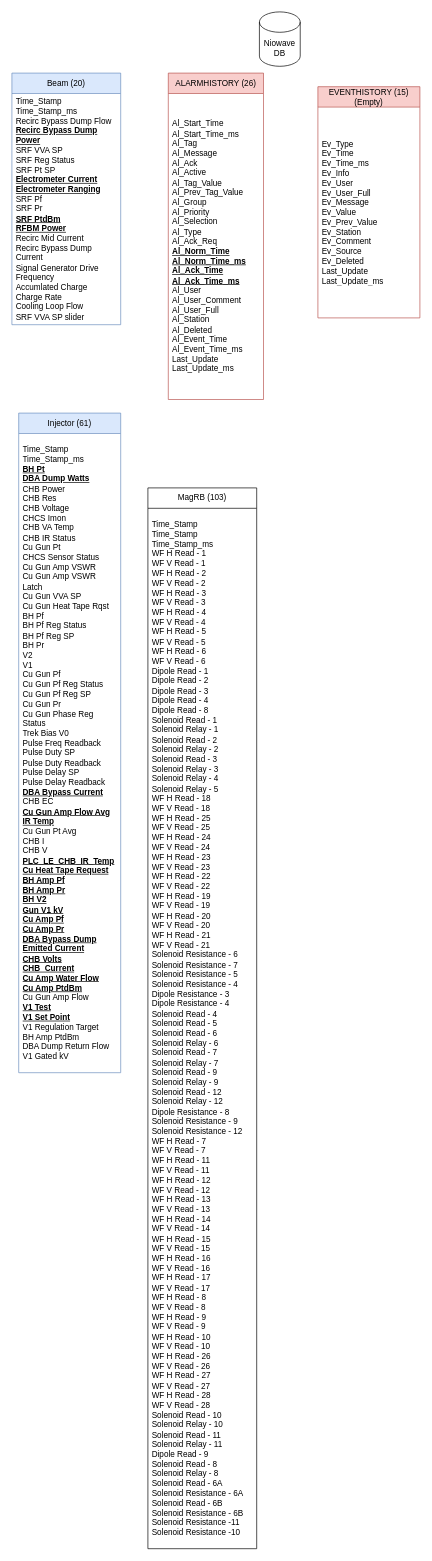
This is page "NiowaveAirportDB" (1 of 2) of AVEVADBAIR.drawio from houleyemballo/Work, a draw.io file, before an edit. Source tidied: cells renumbered, new cells numbered last; positions are measured from the earlier drawing's top-left corner, leaving out a move shared by most shapes. Both pictures are drawn from the tidied source at 68%, with x=0, y=0 at pixel (12, 12).
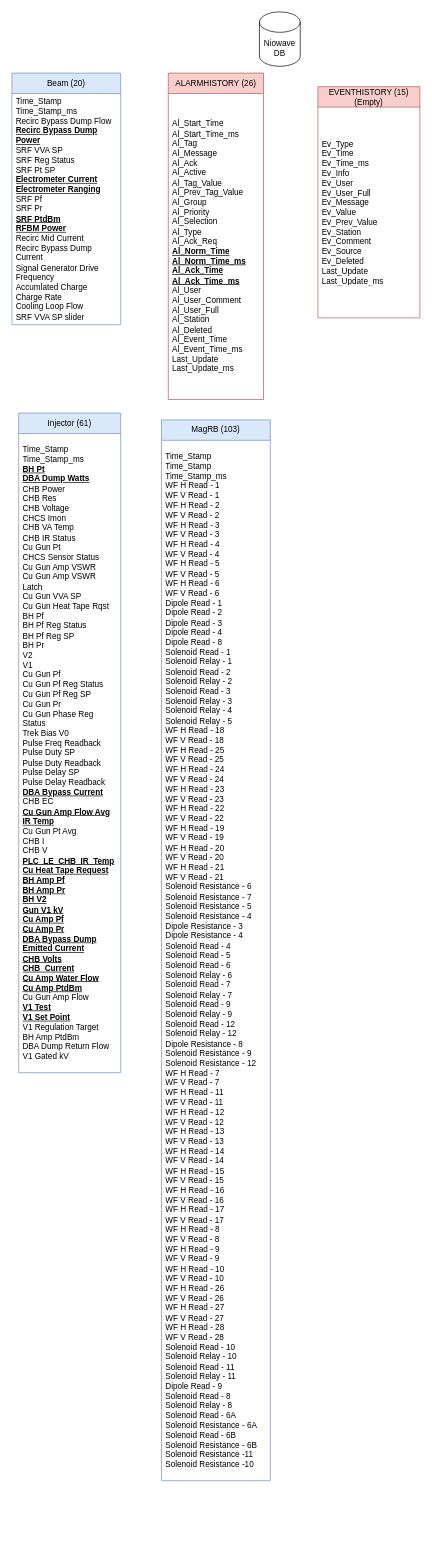
After the change.

The edit, as a diff of the source:
```diff
@@
 <mxGraphModel>
   <root>
     <mxCell id="0" />
     <mxCell id="1" parent="0" />
     <mxCell id="2" value="Niowave DB" style="shape=cylinder3;whiteSpace=wrap;html=1;boundedLbl=1;backgroundOutline=1;size=15;" parent="1" vertex="1">
       <mxGeometry x="364" width="60" height="80" as="geometry" />
     </mxCell>
     <mxCell id="3" value="Beam (20)" style="swimlane;fontStyle=0;horizontal=1;startSize=30;whiteSpace=wrap;html=1;fillColor=#dae8fc;strokeColor=#6c8ebf;" parent="1" vertex="1">
       <mxGeometry y="90" width="160" height="370" as="geometry" />
     </mxCell>
     <mxCell id="4" value="&lt;div&gt;Time_Stamp&lt;/div&gt;&lt;div&gt;Time_Stamp_ms&lt;/div&gt;&lt;div&gt;Recirc Bypass Dump Flow&lt;/div&gt;&lt;div&gt;&lt;b&gt;&lt;u&gt;Recirc Bypass Dump Power&lt;/u&gt;&lt;/b&gt;&lt;/div&gt;&lt;div&gt;SRF VVA SP&lt;/div&gt;&lt;div&gt;SRF Reg Status&lt;/div&gt;&lt;div&gt;SRF Pt SP&lt;/div&gt;&lt;div&gt;&lt;u&gt;&lt;b&gt;Electrometer Current&lt;/b&gt;&lt;/u&gt;&lt;/div&gt;&lt;div&gt;&lt;u&gt;&lt;b&gt;Electrometer Ranging&lt;/b&gt;&lt;/u&gt;&lt;/div&gt;&lt;div&gt;SRF Pf&lt;/div&gt;&lt;div&gt;SRF Pr&lt;/div&gt;&lt;div&gt;&lt;u&gt;&lt;b&gt;SRF PtdBm&lt;/b&gt;&lt;/u&gt;&lt;/div&gt;&lt;div&gt;&lt;u&gt;&lt;b&gt;RFBM Power&lt;/b&gt;&lt;/u&gt;&lt;/div&gt;&lt;div&gt;Recirc Mid Current&lt;/div&gt;&lt;div&gt;Recirc Bypass Dump Current&lt;/div&gt;&lt;div&gt;Signal Generator Drive Frequency&lt;/div&gt;&lt;div&gt;Accumlated Charge&lt;/div&gt;&lt;div&gt;Charge Rate&lt;/div&gt;&lt;div&gt;Cooling Loop Flow&lt;/div&gt;&lt;div&gt;SRF VVA SP slider&lt;/div&gt;" style="text;strokeColor=none;fillColor=none;align=left;verticalAlign=middle;spacingLeft=4;spacingRight=4;overflow=hidden;whiteSpace=wrap;html=1;" parent="3" vertex="1">
       <mxGeometry y="30" width="160" height="340" as="geometry" />
     </mxCell>
     <mxCell id="5" value="ALARMHISTORY (26)" style="swimlane;fontStyle=0;horizontal=1;startSize=30;whiteSpace=wrap;html=1;fillColor=#f8cecc;strokeColor=#b85450;" parent="1" vertex="1">
       <mxGeometry x="230" y="90" width="140" height="480" as="geometry" />
     </mxCell>
     <mxCell id="6" value="&lt;div&gt;Al_Start_Time&lt;/div&gt;&lt;div&gt;Al_Start_Time_ms&lt;/div&gt;&lt;div&gt;Al_Tag&lt;/div&gt;&lt;div&gt;Al_Message&lt;/div&gt;&lt;div&gt;Al_Ack&lt;/div&gt;&lt;div&gt;Al_Active&lt;/div&gt;&lt;div&gt;Al_Tag_Value&lt;/div&gt;&lt;div&gt;Al_Prev_Tag_Value&lt;/div&gt;&lt;div&gt;Al_Group&lt;/div&gt;&lt;div&gt;Al_Priority&lt;/div&gt;&lt;div&gt;Al_Selection&lt;/div&gt;&lt;div&gt;Al_Type&lt;/div&gt;&lt;div&gt;Al_Ack_Req&lt;/div&gt;&lt;div&gt;&lt;b&gt;&lt;u&gt;Al_Norm_Time&lt;/u&gt;&lt;/b&gt;&lt;/div&gt;&lt;div&gt;&lt;b&gt;&lt;u&gt;Al_Norm_Time_ms&lt;/u&gt;&lt;/b&gt;&lt;/div&gt;&lt;div&gt;&lt;b&gt;&lt;u&gt;Al_Ack_Time&lt;/u&gt;&lt;/b&gt;&lt;/div&gt;&lt;div&gt;&lt;b&gt;&lt;u&gt;Al_Ack_Time_ms&lt;/u&gt;&lt;/b&gt;&lt;/div&gt;&lt;div&gt;Al_User&lt;/div&gt;&lt;div&gt;Al_User_Comment&lt;/div&gt;&lt;div&gt;Al_User_Full&lt;/div&gt;&lt;div&gt;Al_Station&lt;/div&gt;&lt;div&gt;Al_Deleted&lt;/div&gt;&lt;div&gt;Al_Event_Time&lt;/div&gt;&lt;div&gt;Al_Event_Time_ms&lt;/div&gt;&lt;div&gt;Last_Update&lt;/div&gt;&lt;div&gt;Last_Update_ms&lt;/div&gt;" style="text;strokeColor=none;fillColor=none;align=left;verticalAlign=middle;spacingLeft=4;spacingRight=4;overflow=hidden;whiteSpace=wrap;html=1;" parent="5" vertex="1">
       <mxGeometry y="30" width="140" height="450" as="geometry" />
     </mxCell>
     <mxCell id="7" value="EVENTHISTORY (15)&lt;div&gt;(Empty)&lt;/div&gt;" style="swimlane;fontStyle=0;horizontal=1;startSize=30;whiteSpace=wrap;html=1;fillColor=#f8cecc;strokeColor=#b85450;" parent="1" vertex="1">
       <mxGeometry x="450" y="110" width="150" height="340" as="geometry" />
     </mxCell>
     <mxCell id="8" value="&lt;div&gt;Ev_Type&lt;/div&gt;&lt;div&gt;Ev_Time&lt;/div&gt;&lt;div&gt;Ev_Time_ms&lt;/div&gt;&lt;div&gt;Ev_Info&lt;/div&gt;&lt;div&gt;Ev_User&lt;/div&gt;&lt;div&gt;Ev_User_Full&lt;/div&gt;&lt;div&gt;Ev_Message&lt;/div&gt;&lt;div&gt;Ev_Value&lt;/div&gt;&lt;div&gt;Ev_Prev_Value&lt;/div&gt;&lt;div&gt;Ev_Station&lt;/div&gt;&lt;div&gt;Ev_Comment&lt;/div&gt;&lt;div&gt;Ev_Source&lt;/div&gt;&lt;div&gt;Ev_Deleted&lt;/div&gt;&lt;div&gt;Last_Update&lt;/div&gt;&lt;div&gt;Last_Update_ms&lt;/div&gt;" style="text;strokeColor=none;fillColor=none;align=left;verticalAlign=middle;spacingLeft=4;spacingRight=4;overflow=hidden;whiteSpace=wrap;html=1;" parent="7" vertex="1">
       <mxGeometry y="30" width="150" height="310" as="geometry" />
     </mxCell>
     <mxCell id="9" value="Injector (61)" style="swimlane;fontStyle=0;horizontal=1;startSize=30;whiteSpace=wrap;html=1;fillColor=#dae8fc;strokeColor=#6c8ebf;" parent="1" vertex="1">
       <mxGeometry x="10" y="590" width="150" height="970" as="geometry" />
     </mxCell>
     <mxCell id="10" value="&lt;div&gt;Time_Stamp&lt;/div&gt;&lt;div&gt;Time_Stamp_ms&lt;/div&gt;&lt;div&gt;&lt;b&gt;&lt;u&gt;BH Pt&lt;/u&gt;&lt;/b&gt;&lt;/div&gt;&lt;div&gt;&lt;b&gt;&lt;u&gt;DBA Dump Watts&lt;/u&gt;&lt;/b&gt;&lt;/div&gt;&lt;div&gt;CHB Power&lt;/div&gt;&lt;div&gt;CHB Res&lt;/div&gt;&lt;div&gt;CHB Voltage&lt;/div&gt;&lt;div&gt;CHCS Imon&lt;/div&gt;&lt;div&gt;CHB VA Temp&lt;/div&gt;&lt;div&gt;CHB IR Status&lt;/div&gt;&lt;div&gt;Cu Gun Pt&lt;/div&gt;&lt;div&gt;CHCS Sensor Status&lt;/div&gt;&lt;div&gt;Cu Gun Amp VSWR&lt;/div&gt;&lt;div&gt;Cu Gun Amp VSWR Latch&lt;/div&gt;&lt;div&gt;Cu Gun VVA SP&lt;/div&gt;&lt;div&gt;Cu Gun Heat Tape Rqst&lt;/div&gt;&lt;div&gt;BH Pf&lt;/div&gt;&lt;div&gt;BH Pf Reg Status&lt;/div&gt;&lt;div&gt;BH Pf Reg SP&lt;/div&gt;&lt;div&gt;BH Pr&lt;/div&gt;&lt;div&gt;V2&lt;/div&gt;&lt;div&gt;V1&lt;/div&gt;&lt;div&gt;Cu Gun Pf&lt;/div&gt;&lt;div&gt;Cu Gun Pf Reg Status&lt;/div&gt;&lt;div&gt;Cu Gun Pf Reg SP&lt;/div&gt;&lt;div&gt;Cu Gun Pr&lt;/div&gt;&lt;div&gt;Cu Gun Phase Reg Status&lt;/div&gt;&lt;div&gt;Trek Bias V0&lt;/div&gt;&lt;div&gt;Pulse Freq Readback&lt;/div&gt;&lt;div&gt;Pulse Duty SP&lt;/div&gt;&lt;div&gt;Pulse Duty Readback&lt;/div&gt;&lt;div&gt;Pulse Delay SP&lt;/div&gt;&lt;div&gt;Pulse Delay Readback&lt;/div&gt;&lt;div&gt;&lt;b&gt;&lt;u&gt;DBA Bypass Current&lt;/u&gt;&lt;/b&gt;&lt;/div&gt;&lt;div&gt;CHB EC&lt;/div&gt;&lt;div&gt;&lt;b&gt;&lt;u&gt;Cu Gun Amp Flow Avg&lt;/u&gt;&lt;/b&gt;&lt;/div&gt;&lt;div&gt;&lt;b&gt;&lt;u&gt;IR Temp&lt;/u&gt;&lt;/b&gt;&lt;/div&gt;&lt;div&gt;Cu Gun Pt Avg&lt;/div&gt;&lt;div&gt;CHB I&lt;/div&gt;&lt;div&gt;CHB V&lt;/div&gt;&lt;div&gt;&lt;b&gt;&lt;u&gt;PLC_LE_CHB_IR_Temp&lt;/u&gt;&lt;/b&gt;&lt;/div&gt;&lt;div&gt;&lt;b&gt;&lt;u&gt;Cu Heat Tape Request&lt;/u&gt;&lt;/b&gt;&lt;/div&gt;&lt;div&gt;&lt;b&gt;&lt;u&gt;BH Amp Pf&lt;/u&gt;&lt;/b&gt;&lt;/div&gt;&lt;div&gt;&lt;b&gt;&lt;u&gt;BH Amp Pr&lt;/u&gt;&lt;/b&gt;&lt;/div&gt;&lt;div&gt;&lt;b&gt;&lt;u&gt;BH V2&lt;/u&gt;&lt;/b&gt;&lt;/div&gt;&lt;div&gt;&lt;b&gt;&lt;u&gt;Gun V1 kV&lt;/u&gt;&lt;/b&gt;&lt;/div&gt;&lt;div&gt;&lt;b&gt;&lt;u&gt;Cu Amp Pf&lt;/u&gt;&lt;/b&gt;&lt;/div&gt;&lt;div&gt;&lt;b&gt;&lt;u&gt;Cu Amp Pr&lt;/u&gt;&lt;/b&gt;&lt;/div&gt;&lt;div&gt;&lt;b&gt;&lt;u&gt;DBA Bypass Dump&lt;/u&gt;&lt;/b&gt;&lt;/div&gt;&lt;div&gt;&lt;b&gt;&lt;u&gt;Emitted Current&lt;/u&gt;&lt;/b&gt;&lt;/div&gt;&lt;div&gt;&lt;b&gt;&lt;u&gt;CHB Volts&lt;/u&gt;&lt;/b&gt;&lt;/div&gt;&lt;div&gt;&lt;b&gt;&lt;u&gt;CHB&amp;nbsp; Current&lt;/u&gt;&lt;/b&gt;&lt;/div&gt;&lt;div&gt;&lt;b&gt;&lt;u&gt;Cu Amp Water Flow&lt;/u&gt;&lt;/b&gt;&lt;/div&gt;&lt;div&gt;&lt;b&gt;&lt;u&gt;Cu Amp PtdBm&lt;/u&gt;&lt;/b&gt;&lt;/div&gt;&lt;div&gt;Cu Gun Amp Flow&lt;/div&gt;&lt;div&gt;&lt;b&gt;&lt;u&gt;V1 Test&lt;/u&gt;&lt;/b&gt;&lt;/div&gt;&lt;div&gt;&lt;b&gt;&lt;u&gt;V1 Set Point&lt;/u&gt;&lt;/b&gt;&lt;/div&gt;&lt;div&gt;V1 Regulation Target&lt;/div&gt;&lt;div&gt;BH Amp PtdBm&lt;/div&gt;&lt;div&gt;DBA Dump Return Flow&lt;/div&gt;&lt;div&gt;V1 Gated kV&lt;/div&gt;" style="text;strokeColor=none;fillColor=none;align=left;verticalAlign=middle;spacingLeft=4;spacingRight=4;overflow=hidden;whiteSpace=wrap;html=1;" parent="9" vertex="1">
       <mxGeometry y="30" width="150" height="940" as="geometry" />
     </mxCell>
-    <mxCell id="11" value="MagRB (103)" style="swimlane;fontStyle=0;horizontal=1;startSize=30;whiteSpace=wrap;html=1;" parent="1" vertex="1">
-      <mxGeometry x="200" y="700" width="160" height="1560" as="geometry" />
+    <mxCell id="11" value="MagRB (103)" style="swimlane;fontStyle=0;horizontal=1;startSize=30;whiteSpace=wrap;html=1;fillColor=#dae8fc;strokeColor=#6c8ebf;" parent="1" vertex="1">
+      <mxGeometry x="220" y="600" width="160" height="1560" as="geometry" />
     </mxCell>
-    <mxCell id="12" value="&lt;div&gt;Time_Stamp&lt;/div&gt;&lt;div&gt;Time_Stamp&lt;/div&gt;&lt;div&gt;Time_Stamp_ms&lt;/div&gt;&lt;div&gt;WF H Read - 1&lt;/div&gt;&lt;div&gt;WF V Read - 1&lt;/div&gt;&lt;div&gt;WF H Read - 2&lt;/div&gt;&lt;div&gt;WF V Read - 2&lt;/div&gt;&lt;div&gt;WF H Read - 3&lt;/div&gt;&lt;div&gt;WF V Read - 3&lt;/div&gt;&lt;div&gt;WF H Read - 4&lt;/div&gt;&lt;div&gt;WF V Read - 4&lt;/div&gt;&lt;div&gt;WF H Read - 5&lt;/div&gt;&lt;div&gt;WF V Read - 5&lt;/div&gt;&lt;div&gt;WF H Read - 6&lt;/div&gt;&lt;div&gt;WF V Read - 6&lt;/div&gt;&lt;div&gt;Dipole Read - 1&lt;/div&gt;&lt;div&gt;Dipole Read - 2&lt;/div&gt;&lt;div&gt;Dipole Read - 3&lt;/div&gt;&lt;div&gt;Dipole Read - 4&lt;/div&gt;&lt;div&gt;Dipole Read - 8&lt;/div&gt;&lt;div&gt;Solenoid Read - 1&lt;/div&gt;&lt;div&gt;Solenoid Relay - 1&lt;/div&gt;&lt;div&gt;Solenoid Read - 2&lt;/div&gt;&lt;div&gt;Solenoid Relay - 2&lt;/div&gt;&lt;div&gt;Solenoid Read - 3&lt;/div&gt;&lt;div&gt;Solenoid Relay - 3&lt;/div&gt;&lt;div&gt;Solenoid Relay - 4&lt;/div&gt;&lt;div&gt;Solenoid Relay - 5&lt;/div&gt;&lt;div&gt;WF H Read - 18&lt;/div&gt;&lt;div&gt;WF V Read - 18&lt;/div&gt;&lt;div&gt;WF H Read - 25&lt;/div&gt;&lt;div&gt;WF V Read - 25&lt;/div&gt;&lt;div&gt;WF H Read - 24&lt;/div&gt;&lt;div&gt;WF V Read - 24&lt;/div&gt;&lt;div&gt;WF H Read - 23&lt;/div&gt;&lt;div&gt;WF V Read - 23&lt;/div&gt;&lt;div&gt;WF H Read - 22&lt;/div&gt;&lt;div&gt;WF V Read - 22&lt;/div&gt;&lt;div&gt;WF H Read - 19&lt;/div&gt;&lt;div&gt;WF V Read - 19&lt;/div&gt;&lt;div&gt;WF H Read - 20&lt;/div&gt;&lt;div&gt;WF V Read - 20&lt;/div&gt;&lt;div&gt;WF H Read - 21&lt;/div&gt;&lt;div&gt;WF V Read - 21&lt;/div&gt;&lt;div&gt;Solenoid Resistance - 6&lt;/div&gt;&lt;div&gt;Solenoid Resistance - 7&lt;/div&gt;&lt;div&gt;Solenoid Resistance - 5&lt;/div&gt;&lt;div&gt;Solenoid Resistance - 4&lt;/div&gt;&lt;div&gt;Dipole Resistance - 3&lt;/div&gt;&lt;div&gt;Dipole Resistance - 4&lt;/div&gt;&lt;div&gt;Solenoid Read - 4&lt;/div&gt;&lt;div&gt;Solenoid Read - 5&lt;/div&gt;&lt;div&gt;Solenoid Read - 6&lt;/div&gt;&lt;div&gt;Solenoid Relay - 6&lt;/div&gt;&lt;div&gt;Solenoid Read - 7&lt;/div&gt;&lt;div&gt;Solenoid Relay - 7&lt;/div&gt;&lt;div&gt;Solenoid Read - 9&lt;/div&gt;&lt;div&gt;Solenoid Relay - 9&lt;/div&gt;&lt;div&gt;Solenoid Read - 12&lt;/div&gt;&lt;div&gt;Solenoid Relay - 12&lt;/div&gt;&lt;div&gt;Dipole Resistance - 8&lt;/div&gt;&lt;div&gt;Solenoid Resistance - 9&lt;/div&gt;&lt;div&gt;Solenoid Resistance - 12&lt;/div&gt;&lt;div&gt;WF H Read - 7&lt;/div&gt;&lt;div&gt;WF V Read - 7&lt;/div&gt;&lt;div&gt;WF H Read - 11&lt;/div&gt;&lt;div&gt;WF V Read - 11&lt;/div&gt;&lt;div&gt;WF H Read - 12&lt;/div&gt;&lt;div&gt;WF V Read - 12&lt;/div&gt;&lt;div&gt;WF H Read - 13&lt;/div&gt;&lt;div&gt;WF V Read - 13&lt;/div&gt;&lt;div&gt;WF H Read - 14&lt;/div&gt;&lt;div&gt;WF V Read - 14&lt;/div&gt;&lt;div&gt;WF H Read - 15&lt;/div&gt;&lt;div&gt;WF V Read - 15&lt;/div&gt;&lt;div&gt;WF H Read - 16&lt;/div&gt;&lt;div&gt;WF V Read - 16&lt;/div&gt;&lt;div&gt;WF H Read - 17&lt;/div&gt;&lt;div&gt;WF V Read - 17&lt;/div&gt;&lt;div&gt;WF H Read - 8&lt;/div&gt;&lt;div&gt;WF V Read - 8&lt;/div&gt;&lt;div&gt;WF H Read - 9&lt;/div&gt;&lt;div&gt;WF V Read - 9&lt;/div&gt;&lt;div&gt;WF H Read - 10&lt;/div&gt;&lt;div&gt;WF V Read - 10&lt;/div&gt;&lt;div&gt;WF H Read - 26&lt;/div&gt;&lt;div&gt;WF V Read - 26&lt;/div&gt;&lt;div&gt;WF H Read - 27&lt;/div&gt;&lt;div&gt;WF V Read - 27&lt;/div&gt;&lt;div&gt;WF H Read - 28&lt;/div&gt;&lt;div&gt;WF V Read - 28&lt;/div&gt;&lt;div&gt;Solenoid Read - 10&lt;/div&gt;&lt;div&gt;Solenoid Relay - 10&lt;/div&gt;&lt;div&gt;Solenoid Read - 11&lt;/div&gt;&lt;div&gt;Solenoid Relay - 11&lt;/div&gt;&lt;div&gt;Dipole Read - 9&lt;/div&gt;&lt;div&gt;Solenoid Read - 8&lt;/div&gt;&lt;div&gt;Solenoid Relay - 8&lt;/div&gt;&lt;div&gt;Solenoid Read - 6A&lt;/div&gt;&lt;div&gt;Solenoid Resistance - 6A&lt;/div&gt;&lt;div&gt;Solenoid Read - 6B&lt;/div&gt;&lt;div&gt;Solenoid Resistance - 6B&lt;/div&gt;&lt;div&gt;Solenoid Resistance -11&lt;/div&gt;&lt;div&gt;Solenoid Resistance -10&lt;/div&gt;" style="text;strokeColor=none;fillColor=none;align=left;verticalAlign=middle;spacingLeft=4;spacingRight=4;overflow=hidden;whiteSpace=wrap;html=1;" parent="11" vertex="1">
+    <mxCell id="12" value="&lt;div&gt;Time_Stamp&lt;/div&gt;&lt;div&gt;Time_Stamp&lt;/div&gt;&lt;div&gt;Time_Stamp_ms&lt;/div&gt;&lt;div&gt;WF H Read - 1&lt;/div&gt;&lt;div&gt;WF V Read - 1&lt;/div&gt;&lt;div&gt;WF H Read - 2&lt;/div&gt;&lt;div&gt;WF V Read - 2&lt;/div&gt;&lt;div&gt;WF H Read - 3&lt;/div&gt;&lt;div&gt;WF V Read - 3&lt;/div&gt;&lt;div&gt;WF H Read - 4&lt;/div&gt;&lt;div&gt;WF V Read - 4&lt;/div&gt;&lt;div&gt;WF H Read - 5&lt;/div&gt;&lt;div&gt;WF V Read - 5&lt;/div&gt;&lt;div&gt;WF H Read - 6&lt;/div&gt;&lt;div&gt;WF V Read - 6&lt;/div&gt;&lt;div&gt;Dipole Read - 1&lt;/div&gt;&lt;div&gt;Dipole Read - 2&lt;/div&gt;&lt;div&gt;Dipole Read - 3&lt;/div&gt;&lt;div&gt;Dipole Read - 4&lt;/div&gt;&lt;div&gt;Dipole Read - 8&lt;/div&gt;&lt;div&gt;Solenoid Read - 1&lt;/div&gt;&lt;div&gt;Solenoid Relay - 1&lt;/div&gt;&lt;div&gt;Solenoid Read - 2&lt;/div&gt;&lt;div&gt;Solenoid Relay - 2&lt;/div&gt;&lt;div&gt;Solenoid Read - 3&lt;/div&gt;&lt;div&gt;Solenoid Relay - 3&lt;/div&gt;&lt;div&gt;Solenoid Relay - 4&lt;/div&gt;&lt;div&gt;Solenoid Relay - 5&lt;/div&gt;&lt;div&gt;WF H Read - 18&lt;/div&gt;&lt;div&gt;WF V Read - 18&lt;/div&gt;&lt;div&gt;WF H Read - 25&lt;/div&gt;&lt;div&gt;WF V Read - 25&lt;/div&gt;&lt;div&gt;WF H Read - 24&lt;/div&gt;&lt;div&gt;WF V Read - 24&lt;/div&gt;&lt;div&gt;WF H Read - 23&lt;/div&gt;&lt;div&gt;WF V Read - 23&lt;/div&gt;&lt;div&gt;WF H Read - 22&lt;/div&gt;&lt;div&gt;WF V Read - 22&lt;/div&gt;&lt;div&gt;WF H Read - 19&lt;/div&gt;&lt;div&gt;WF V Read - 19&lt;/div&gt;&lt;div&gt;WF H Read - 20&lt;/div&gt;&lt;div&gt;WF V Read - 20&lt;/div&gt;&lt;div&gt;WF H Read - 21&lt;/div&gt;&lt;div&gt;WF V Read - 21&lt;/div&gt;&lt;div&gt;Solenoid Resistance - 6&lt;/div&gt;&lt;div&gt;Solenoid Resistance - 7&lt;/div&gt;&lt;div&gt;Solenoid Resistance - 5&lt;/div&gt;&lt;div&gt;Solenoid Resistance - 4&lt;/div&gt;&lt;div&gt;Dipole Resistance - 3&lt;/div&gt;&lt;div&gt;Dipole Resistance - 4&lt;/div&gt;&lt;div&gt;Solenoid Read - 4&lt;/div&gt;&lt;div&gt;Solenoid Read - 5&lt;/div&gt;&lt;div&gt;Solenoid Read - 6&lt;/div&gt;&lt;div&gt;Solenoid Relay - 6&lt;/div&gt;&lt;div&gt;Solenoid Read - 7&lt;/div&gt;&lt;div&gt;Solenoid Relay - 7&lt;/div&gt;&lt;div&gt;Solenoid Read - 9&lt;/div&gt;&lt;div&gt;Solenoid Relay - 9&lt;/div&gt;&lt;div&gt;Solenoid Read - 12&lt;/div&gt;&lt;div&gt;Solenoid Relay - 12&lt;/div&gt;&lt;div&gt;Dipole Resistance - 8&lt;/div&gt;&lt;div&gt;Solenoid Resistance - 9&lt;/div&gt;&lt;div&gt;Solenoid Resistance - 12&lt;/div&gt;&lt;div&gt;WF H Read - 7&lt;/div&gt;&lt;div&gt;WF V Read - 7&lt;/div&gt;&lt;div&gt;WF H Read - 11&lt;/div&gt;&lt;div&gt;WF V Read - 11&lt;/div&gt;&lt;div&gt;WF H Read - 12&lt;/div&gt;&lt;div&gt;WF V Read - 12&lt;/div&gt;&lt;div&gt;WF H Read - 13&lt;/div&gt;&lt;div&gt;WF V Read - 13&lt;/div&gt;&lt;div&gt;WF H Read - 14&lt;/div&gt;&lt;div&gt;WF V Read - 14&lt;/div&gt;&lt;div&gt;WF H Read - 15&lt;/div&gt;&lt;div&gt;WF V Read - 15&lt;/div&gt;&lt;div&gt;WF H Read - 16&lt;/div&gt;&lt;div&gt;WF V Read - 16&lt;/div&gt;&lt;div&gt;WF H Read - 17&lt;/div&gt;&lt;div&gt;WF V Read - 17&lt;/div&gt;&lt;div&gt;WF H Read - 8&lt;/div&gt;&lt;div&gt;WF V Read - 8&lt;/div&gt;&lt;div&gt;WF H Read - 9&lt;/div&gt;&lt;div&gt;WF V Read - 9&lt;/div&gt;&lt;div&gt;WF H Read - 10&lt;/div&gt;&lt;div&gt;WF V Read - 10&lt;/div&gt;&lt;div&gt;WF H Read - 26&lt;/div&gt;&lt;div&gt;WF V Read - 26&lt;/div&gt;&lt;div&gt;WF H Read - 27&lt;/div&gt;&lt;div&gt;WF V Read - 27&lt;/div&gt;&lt;div&gt;WF H Read - 28&lt;/div&gt;&lt;div&gt;WF V Read - 28&lt;/div&gt;&lt;div&gt;Solenoid Read - 10&lt;/div&gt;&lt;div&gt;Solenoid Relay - 10&lt;/div&gt;&lt;div&gt;Solenoid Read - 11&lt;/div&gt;&lt;div&gt;Solenoid Relay - 11&lt;/div&gt;&lt;div&gt;Dipole Read - 9&lt;/div&gt;&lt;div&gt;Solenoid Read - 8&lt;/div&gt;&lt;div&gt;Solenoid Relay - 8&lt;/div&gt;&lt;div&gt;Solenoid Read - 6A&lt;/div&gt;&lt;div&gt;Solenoid Resistance - 6A&lt;/div&gt;&lt;div&gt;Solenoid Read - 6B&lt;/div&gt;&lt;div&gt;Solenoid Resistance - 6B&lt;/div&gt;&lt;div&gt;Solenoid Resistance -11&lt;/div&gt;&lt;div&gt;Solenoid Resistance -10&lt;/div&gt;" style="text;align=left;verticalAlign=middle;spacingLeft=4;spacingRight=4;overflow=hidden;whiteSpace=wrap;html=1;" parent="11" vertex="1">
       <mxGeometry y="30" width="160" height="1530" as="geometry" />
     </mxCell>
   </root>
 </mxGraphModel>
```
